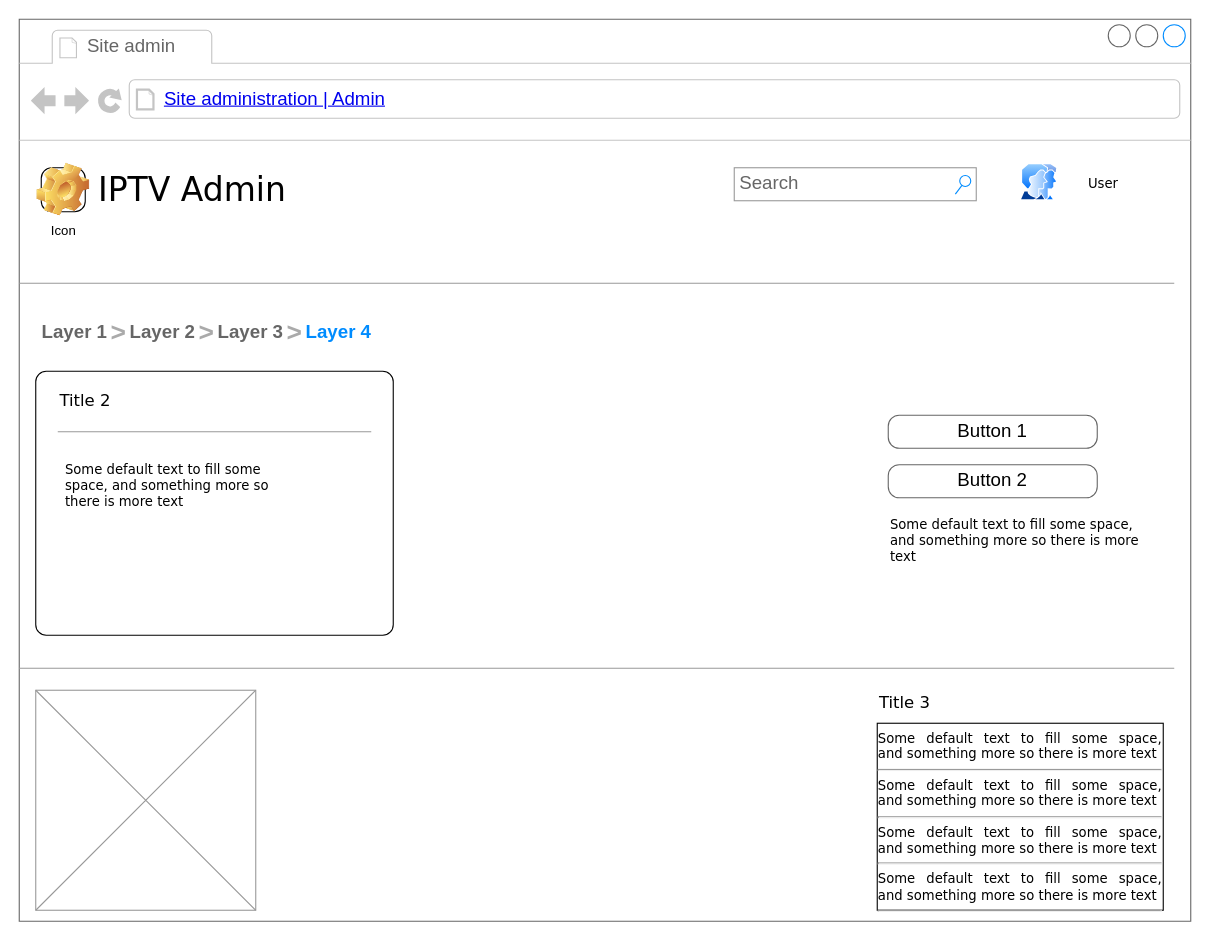
Above: CMS_cải_tiến.drawio in AnPhamSF/CMSIPTV_Idea (draw.io), before the change. Source tidied: cells renumbered, new cells numbered last; positions are measured from the earlier drawing's top-left corner, leaving out a move shared by most shapes. Both pictures are drawn from the tidied source at 110%, with x=0, y=0 at pixel (19, 19).
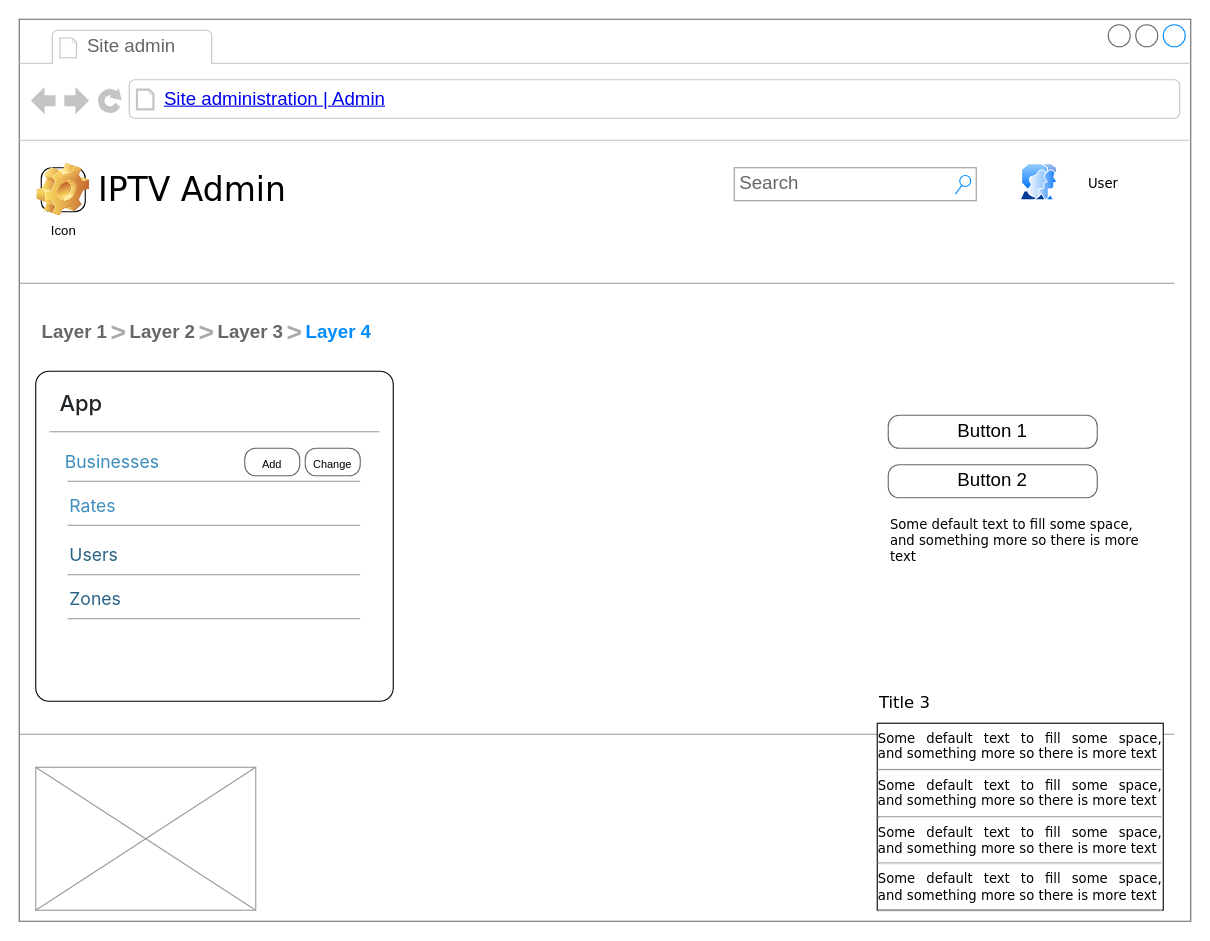
Above is the later version.

Commit message (it also covers changes not shown here):
Cập nhật CMS_cải_tiến.drawio

Unchanged cells that the change refers to:
```xml
<mxCell id="2" style="strokeWidth=1;shadow=0;dashed=0;align=center;html=1;shape=mxgraph.mockup.containers.browserWindow;rSize=0;strokeColor=#666666;mainText=,;rounded=0;labelBackgroundColor=none;fontFamily=Verdana;fontSize=12;" parent="1" vertex="1">
  <mxGeometry width="1065" height="820" as="geometry" />
</mxCell>
```

The edit, as a diff of the source:
```diff
@@
     <mxCell id="3" style="rounded=1;whiteSpace=wrap;html=1;arcSize=4;" parent="2" vertex="1">
-      <mxGeometry x="15" y="320" width="325" height="240" as="geometry" />
+      <mxGeometry x="15" y="320" width="325" height="300" as="geometry" />
     </mxCell>
@@
     <mxCell id="12" style="verticalLabelPosition=bottom;shadow=0;dashed=0;align=center;html=1;verticalAlign=top;strokeWidth=1;shape=mxgraph.mockup.markup.line;strokeColor=#999999;rounded=0;labelBackgroundColor=none;fillColor=#ffffff;fontFamily=Verdana;fontSize=12;fontColor=#000000;" parent="2" vertex="1">
-      <mxGeometry y="580" width="1050" height="20" as="geometry" />
+      <mxGeometry y="640" width="1050" height="20" as="geometry" />
     </mxCell>
     <mxCell id="13" style="verticalLabelPosition=bottom;shadow=0;dashed=0;align=center;html=1;verticalAlign=top;strokeWidth=1;shape=mxgraph.mockup.graphics.simpleIcon;strokeColor=#999999;fillColor=#ffffff;rounded=0;labelBackgroundColor=none;fontFamily=Verdana;fontSize=12;fontColor=#000000;" parent="2" vertex="1">
-      <mxGeometry x="15" y="610" width="200" height="200" as="geometry" />
+      <mxGeometry x="15" y="680" width="200" height="130" as="geometry" />
     </mxCell>
-    <mxCell id="14" value="Title 2" style="text;html=1;align=left;verticalAlign=top;spacingTop=-4;fontSize=15;fontFamily=Verdana;" parent="2" vertex="1">
+    <mxCell id="14" value="&lt;h5 style=&quot;box-sizing: border-box; font-family: &amp;quot;Source Sans Pro&amp;quot;, -apple-system, BlinkMacSystemFont, &amp;quot;Segoe UI&amp;quot;, Roboto, &amp;quot;Helvetica Neue&amp;quot;, Arial, sans-serif, &amp;quot;Apple Color Emoji&amp;quot;, &amp;quot;Segoe UI Emoji&amp;quot;, &amp;quot;Segoe UI Symbol&amp;quot;; font-weight: 500; line-height: 1.2; color: rgb(33, 37, 41); font-size: 1.25rem; text-wrap-mode: wrap; background-color: rgb(255, 255, 255); margin: 0px !important;&quot; class=&quot;m-0&quot;&gt;App&lt;/h5&gt;" style="text;html=1;align=left;verticalAlign=top;spacingTop=-4;fontSize=15;fontFamily=Verdana;" parent="2" vertex="1">
       <mxGeometry x="35" y="335" width="170" height="30" as="geometry" />
     </mxCell>
@@
-    <mxCell id="17" value="Some default text to fill some space, and&amp;nbsp;&lt;span&gt;something more so there is more text&lt;/span&gt;" style="text;html=1;align=left;verticalAlign=top;spacingTop=-4;fontSize=12;fontFamily=Verdana;whiteSpace=wrap;" parent="2" vertex="1">
-      <mxGeometry x="40" y="400" width="190" height="40" as="geometry" />
+    <mxCell id="17" value="&lt;table style=&quot;border-collapse: collapse; width: 288.875px; margin-bottom: 0px; color: rgb(33, 37, 41); background-color: rgb(255, 255, 255); font-family: &amp;quot;Source Sans Pro&amp;quot;, -apple-system, BlinkMacSystemFont, &amp;quot;Segoe UI&amp;quot;, Roboto, &amp;quot;Helvetica Neue&amp;quot;, Arial, sans-serif, &amp;quot;Apple Color Emoji&amp;quot;, &amp;quot;Segoe UI Emoji&amp;quot;, &amp;quot;Segoe UI Symbol&amp;quot;; font-size: 16px;&quot; class=&quot;table table-sm&quot;&gt;&lt;tbody style=&quot;box-sizing: border-box;&quot;&gt;&lt;tr style=&quot;box-sizing: border-box;&quot;&gt;&lt;td style=&quot;box-sizing: border-box; padding: 0.3rem; vertical-align: top; border-top: none;&quot;&gt;&lt;a style=&quot;box-sizing: border-box; color: rgb(60, 141, 188); text-decoration-line: none; background-color: transparent;&quot; href=&quot;https://cms-stg2.ipbasevn.com/admin/app/business/&quot;&gt;Businesses&lt;/a&gt;&lt;/td&gt;&lt;/tr&gt;&lt;/tbody&gt;&lt;/table&gt;" style="text;html=1;align=left;verticalAlign=top;spacingTop=-4;fontSize=12;fontFamily=Verdana;whiteSpace=wrap;" parent="2" vertex="1">
+      <mxGeometry x="35" y="385" width="190" height="40" as="geometry" />
     </mxCell>
@@
     <mxCell id="28" style="verticalLabelPosition=bottom;shadow=0;dashed=0;align=center;html=1;verticalAlign=top;strokeWidth=1;shape=mxgraph.mockup.markup.line;strokeColor=#999999;rounded=0;labelBackgroundColor=none;fillColor=#ffffff;fontFamily=Verdana;fontSize=12;fontColor=#000000;" parent="2" vertex="1">
-      <mxGeometry x="35" y="365" width="285" height="20" as="geometry" />
+      <mxGeometry x="27.5" y="365" width="300" height="20" as="geometry" />
     </mxCell>
+    <mxCell id="29" style="verticalLabelPosition=bottom;shadow=0;dashed=0;align=center;html=1;verticalAlign=top;strokeWidth=1;shape=mxgraph.mockup.markup.line;strokeColor=#999999;rounded=0;labelBackgroundColor=none;fillColor=#ffffff;fontFamily=Verdana;fontSize=12;fontColor=#000000;" parent="2" vertex="1">
+      <mxGeometry x="43.8" y="410" width="266.2" height="20" as="geometry" />
+    </mxCell>
+    <mxCell id="30" value="&lt;a style=&quot;box-sizing: border-box; color: rgb(60, 141, 188); text-decoration-line: none; background-color: rgb(255, 255, 255); font-family: &amp;quot;Source Sans Pro&amp;quot;, -apple-system, BlinkMacSystemFont, &amp;quot;Segoe UI&amp;quot;, Roboto, &amp;quot;Helvetica Neue&amp;quot;, Arial, sans-serif, &amp;quot;Apple Color Emoji&amp;quot;, &amp;quot;Segoe UI Emoji&amp;quot;, &amp;quot;Segoe UI Symbol&amp;quot;; font-size: 16px;&quot; href=&quot;https://cms-stg2.ipbasevn.com/admin/app/rate/&quot;&gt;Rates&lt;/a&gt;" style="text;html=1;align=left;verticalAlign=top;spacingTop=-4;fontSize=12;fontFamily=Verdana;whiteSpace=wrap;" parent="2" vertex="1">
+      <mxGeometry x="43.8" y="430" width="190" height="40" as="geometry" />
+    </mxCell>
+    <mxCell id="31" style="verticalLabelPosition=bottom;shadow=0;dashed=0;align=center;html=1;verticalAlign=top;strokeWidth=1;shape=mxgraph.mockup.markup.line;strokeColor=#999999;rounded=0;labelBackgroundColor=none;fillColor=#ffffff;fontFamily=Verdana;fontSize=12;fontColor=#000000;" parent="2" vertex="1">
+      <mxGeometry x="43.8" y="450" width="266.2" height="20" as="geometry" />
+    </mxCell>
+    <mxCell id="32" value="&lt;a style=&quot;box-sizing: border-box; color: rgb(41, 98, 130); text-decoration-line: none; background-color: rgb(255, 255, 255); font-family: &amp;quot;Source Sans Pro&amp;quot;, -apple-system, BlinkMacSystemFont, &amp;quot;Segoe UI&amp;quot;, Roboto, &amp;quot;Helvetica Neue&amp;quot;, Arial, sans-serif, &amp;quot;Apple Color Emoji&amp;quot;, &amp;quot;Segoe UI Emoji&amp;quot;, &amp;quot;Segoe UI Symbol&amp;quot;; font-size: 16px;&quot; href=&quot;https://cms-stg2.ipbasevn.com/admin/app/user/&quot;&gt;Users&lt;/a&gt;" style="text;html=1;align=left;verticalAlign=top;spacingTop=-4;fontSize=12;fontFamily=Verdana;whiteSpace=wrap;" parent="2" vertex="1">
+      <mxGeometry x="43.8" y="475" width="190" height="40" as="geometry" />
+    </mxCell>
+    <mxCell id="33" style="verticalLabelPosition=bottom;shadow=0;dashed=0;align=center;html=1;verticalAlign=top;strokeWidth=1;shape=mxgraph.mockup.markup.line;strokeColor=#999999;rounded=0;labelBackgroundColor=none;fillColor=#ffffff;fontFamily=Verdana;fontSize=12;fontColor=#000000;" parent="2" vertex="1">
+      <mxGeometry x="43.8" y="495" width="266.2" height="20" as="geometry" />
+    </mxCell>
+    <mxCell id="34" value="&lt;a style=&quot;box-sizing: border-box; color: rgb(41, 98, 130); text-decoration-line: none; background-color: rgb(255, 255, 255); font-family: &amp;quot;Source Sans Pro&amp;quot;, -apple-system, BlinkMacSystemFont, &amp;quot;Segoe UI&amp;quot;, Roboto, &amp;quot;Helvetica Neue&amp;quot;, Arial, sans-serif, &amp;quot;Apple Color Emoji&amp;quot;, &amp;quot;Segoe UI Emoji&amp;quot;, &amp;quot;Segoe UI Symbol&amp;quot;; font-size: 16px;&quot; href=&quot;https://cms-stg2.ipbasevn.com/admin/app/zone/&quot;&gt;Zones&lt;/a&gt;" style="text;html=1;align=left;verticalAlign=top;spacingTop=-4;fontSize=12;fontFamily=Verdana;whiteSpace=wrap;" parent="2" vertex="1">
+      <mxGeometry x="43.8" y="515" width="190" height="40" as="geometry" />
+    </mxCell>
+    <mxCell id="35" style="verticalLabelPosition=bottom;shadow=0;dashed=0;align=center;html=1;verticalAlign=top;strokeWidth=1;shape=mxgraph.mockup.markup.line;strokeColor=#999999;rounded=0;labelBackgroundColor=none;fillColor=#ffffff;fontFamily=Verdana;fontSize=12;fontColor=#000000;" parent="2" vertex="1">
+      <mxGeometry x="43.8" y="535" width="266.2" height="20" as="geometry" />
+    </mxCell>
+    <mxCell id="36" value="&lt;p&gt;&lt;span style=&quot;font-size: 10px;&quot;&gt;Change&lt;/span&gt;&lt;/p&gt;" style="strokeWidth=1;shadow=0;dashed=0;align=center;html=1;shape=mxgraph.mockup.buttons.button;strokeColor=#666666;mainText=;buttonStyle=round;fontSize=17;fontStyle=0;fillColor=none;whiteSpace=wrap;rounded=0;labelBackgroundColor=none;" parent="2" vertex="1">
+      <mxGeometry x="260" y="390" width="50" height="25" as="geometry" />
+    </mxCell>
+    <mxCell id="37" value="&lt;p&gt;&lt;span style=&quot;font-size: 10px;&quot;&gt;Add&lt;/span&gt;&lt;/p&gt;" style="strokeWidth=1;shadow=0;dashed=0;align=center;html=1;shape=mxgraph.mockup.buttons.button;strokeColor=#666666;mainText=;buttonStyle=round;fontSize=17;fontStyle=0;fillColor=none;whiteSpace=wrap;rounded=0;labelBackgroundColor=none;" parent="2" vertex="1">
+      <mxGeometry x="205" y="390" width="50" height="25" as="geometry" />
+    </mxCell>
```
